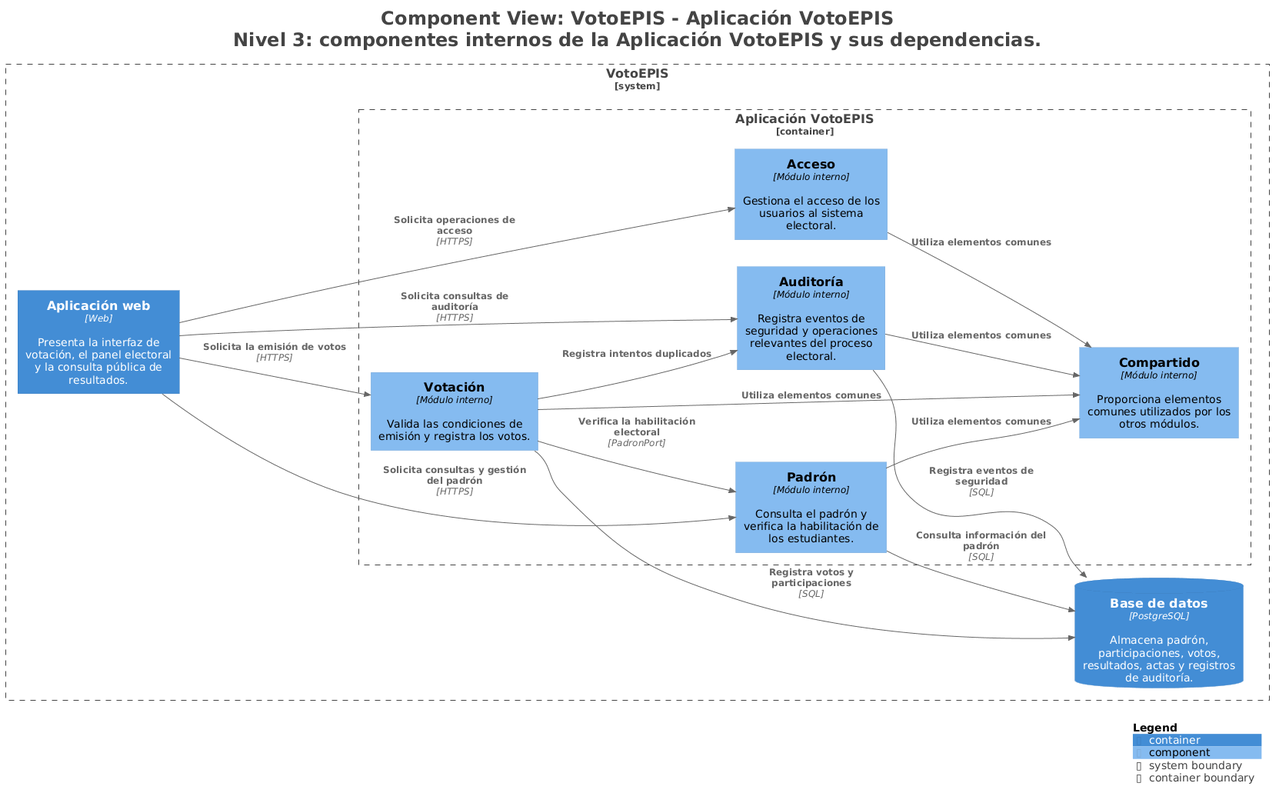
Earlier version of the PlantUML export docs/architecture/c4/img/structurizr-Componentes.png (JoseMorocco/cs-2026b-lab04-grupo-b-votoepis).
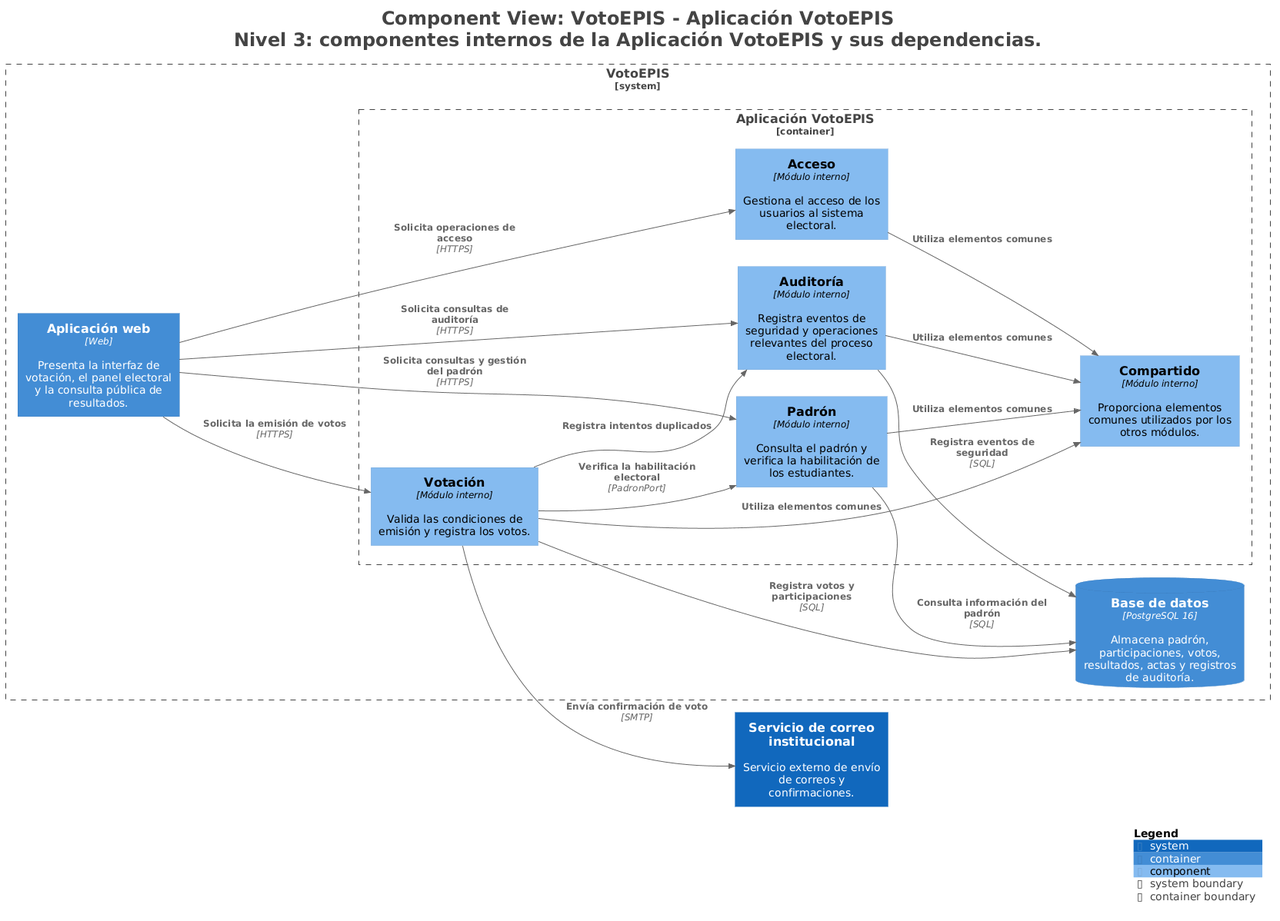
After the commit.

The edit, as a diff of the source:
```diff
@@ -16,6 +16,8 @@
 !include <C4/C4_Container>
 !include <C4/C4_Component>
 
+System(Serviciodecorreoinstitucional, "Servicio de correo institucional", $descr="Servicio externo de envío de correos y confirmaciones.", $tags="", $link="")
+
 System_Boundary("VotoEPIS_boundary", "VotoEPIS", $tags="") {
   Container_Boundary("VotoEPIS.AplicaciónVotoEPIS_boundary", "Aplicación VotoEPIS", $tags="") {
     Component(VotoEPIS.AplicaciónVotoEPIS.Auditoría, "Auditoría", $techn="Módulo interno", $descr="Registra eventos de seguridad y operaciones relevantes del proceso electoral.", $tags="", $link="")
@@ -25,7 +27,7 @@
     Component(VotoEPIS.AplicaciónVotoEPIS.Votación, "Votación", $techn="Módulo interno", $descr="Valida las condiciones de emisión y registra los votos.", $tags="", $link="")
   }
 
-  ContainerDb(VotoEPIS.Basededatos, "Base de datos", $techn="PostgreSQL", $descr="Almacena padrón, participaciones, votos, resultados, actas y registros de auditoría.", $tags="", $link="")
+  ContainerDb(VotoEPIS.Basededatos, "Base de datos", $techn="PostgreSQL 16", $descr="Almacena padrón, participaciones, votos, resultados, actas y registros de auditoría.", $tags="", $link="")
   Container(VotoEPIS.Aplicaciónweb, "Aplicación web", $techn="Web", $descr="Presenta la interfaz de votación, el panel electoral y la consulta pública de resultados.", $tags="", $link="")
 }
 
@@ -42,6 +44,7 @@
 Rel(VotoEPIS.AplicaciónVotoEPIS.Votación, VotoEPIS.Basededatos, "Registra votos y participaciones", $techn="SQL", $tags="", $link="")
 Rel(VotoEPIS.AplicaciónVotoEPIS.Padrón, VotoEPIS.Basededatos, "Consulta información del padrón", $techn="SQL", $tags="", $link="")
 Rel(VotoEPIS.AplicaciónVotoEPIS.Auditoría, VotoEPIS.Basededatos, "Registra eventos de seguridad", $techn="SQL", $tags="", $link="")
+Rel(VotoEPIS.AplicaciónVotoEPIS.Votación, Serviciodecorreoinstitucional, "Envía confirmación de voto", $techn="SMTP", $tags="", $link="")
 
 SHOW_LEGEND(true)
 hide stereotypes
```
